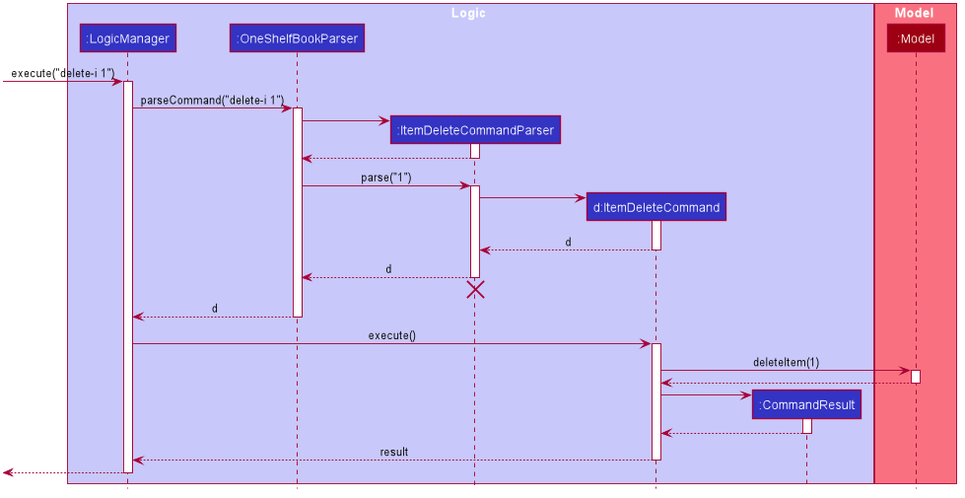
Before: docs/images/DeleteSequenceDiagram.png, a diagram exported from PlantUML (nus-cs2103-AY2021S1/tp).
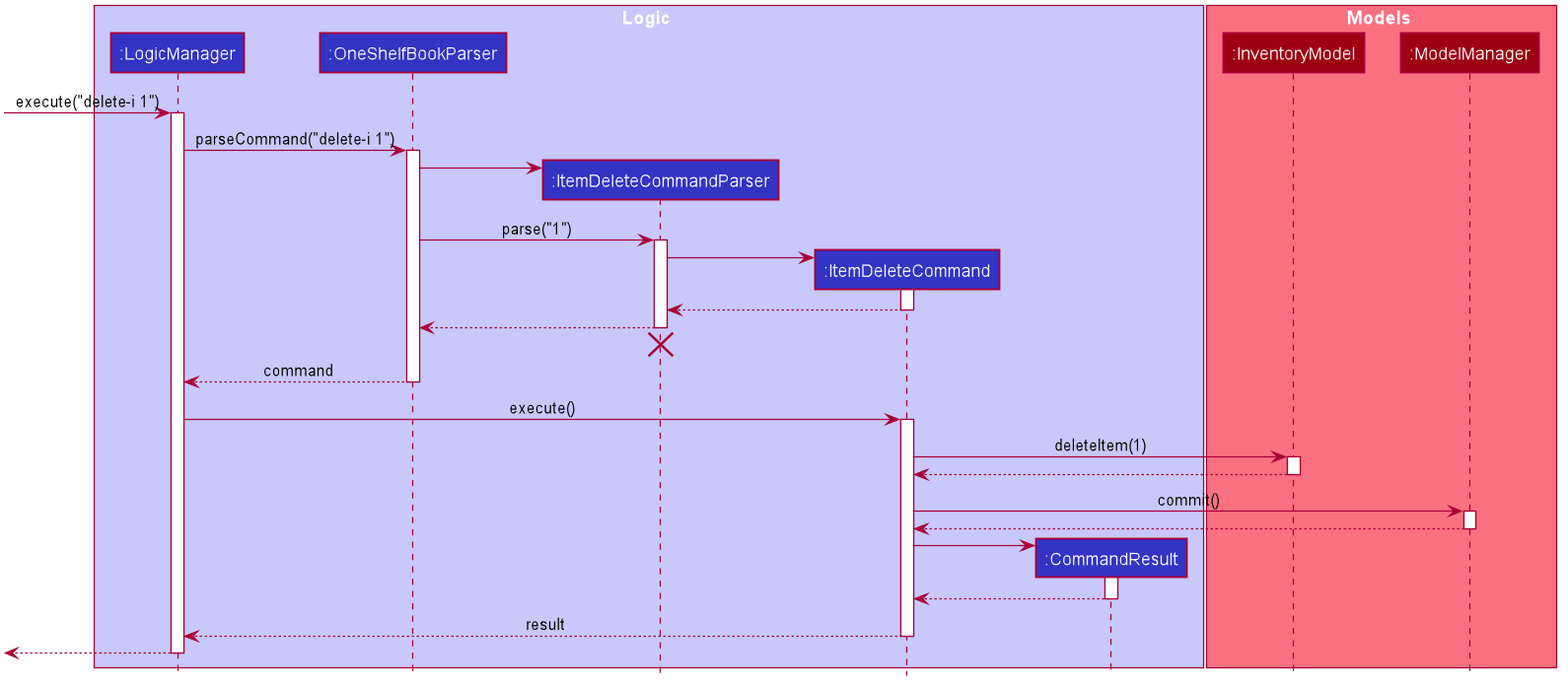
After the commit.

Diff of the diagram source:
```diff
@@ -52,12 +52,13 @@
 participant ":LogicManager" as LogicManager #3333C4
 participant ":OneShelfBookParser" as AddressBookParser #3333C4
 participant ":ItemDeleteCommandParser" as DeleteCommandParser #3333C4
-participant "d:ItemDeleteCommand" as DeleteCommand #3333C4
+participant ":ItemDeleteCommand" as DeleteCommand #3333C4
 participant ":CommandResult" as CommandResult #3333C4
 end box
 
-box Model #F97181
-participant ":Model" as Model #9D0012
+box Models #F97181
+participant ":InventoryModel" as Model #9D0012
+participant ":ModelManager" as ModelManager #9D0012
 end box
 
 [-> LogicManager : execute("delete-i 1")
@@ -68,9 +69,7 @@
 
 create DeleteCommandParser
 AddressBookParser -> DeleteCommandParser
-activate DeleteCommandParser
 
-DeleteCommandParser --> AddressBookParser
 deactivate DeleteCommandParser
 
 AddressBookParser -> DeleteCommandParser : parse("1")
@@ -80,15 +79,15 @@
 DeleteCommandParser -> DeleteCommand
 activate DeleteCommand
 
-DeleteCommand --> DeleteCommandParser : d
+DeleteCommand --> DeleteCommandParser
 deactivate DeleteCommand
 
-DeleteCommandParser --> AddressBookParser : d
+DeleteCommandParser --> AddressBookParser
 deactivate DeleteCommandParser
 DeleteCommandParser -[hidden]-> AddressBookParser
 destroy DeleteCommandParser
 
-AddressBookParser --> LogicManager : d
+AddressBookParser --> LogicManager : command
 deactivate AddressBookParser
 
 LogicManager -> DeleteCommand : execute()
@@ -99,6 +98,12 @@
 
 Model --> DeleteCommand
 deactivate Model
+
+DeleteCommand -> ModelManager : commit()
+activate ModelManager
+
+ModelManager --> DeleteCommand
+deactivate ModelManager
 
 create CommandResult
 DeleteCommand -> CommandResult
```
